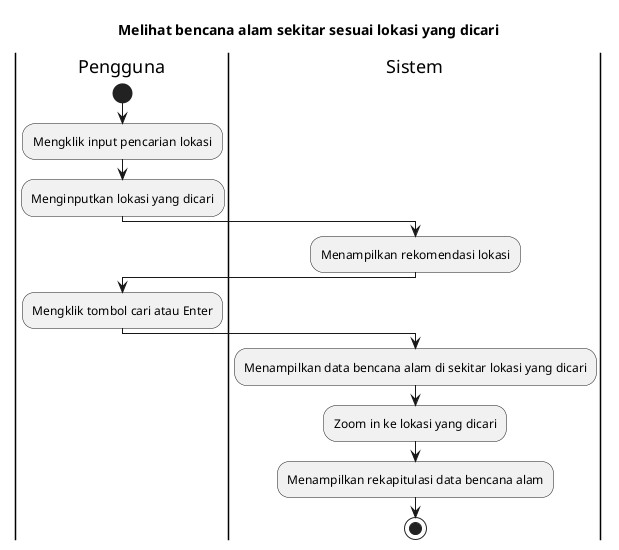
Before: export/Activity Diagrams/UC-MAP - Peta Bencana/UC-MAP-002 - Melihat bencana alam sekitar sesuai lokasi yang dicari.png, a diagram exported from PlantUML (bagusNA/appl-diagrams). The source it was exported from:
```plantuml
@startuml
title Melihat bencana alam sekitar sesuai lokasi yang dicari

|Pengguna|
start
:Mengklik input pencarian lokasi;
:Menginputkan lokasi yang dicari;

|Sistem|
:Menampilkan rekomendasi lokasi;

|Pengguna|
:Mengklik tombol cari atau Enter;

|Sistem|
:Menampilkan data bencana alam di sekitar lokasi yang dicari;
:Zoom in ke lokasi yang dicari;
:Menampilkan rekapitulasi data bencana alam;

stop
@enduml
```
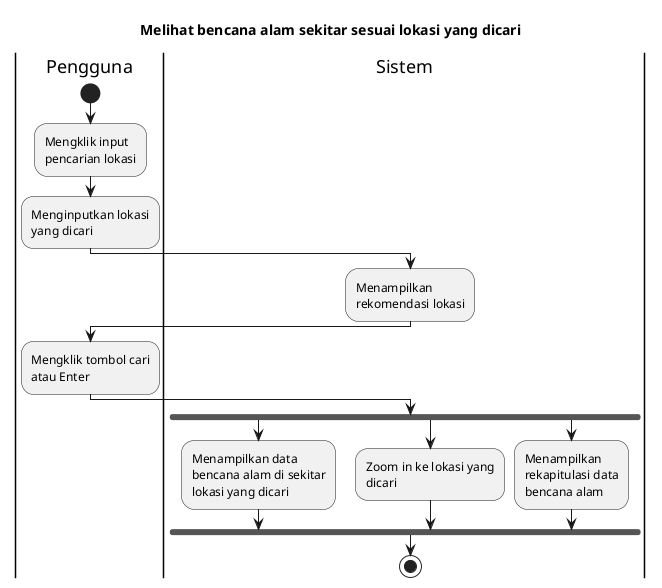
Later version of the same file.

Change to the diagram source:
```diff
@@ -1,4 +1,6 @@
 @startuml
+skinparam wrapWidth 140
+
 title Melihat bencana alam sekitar sesuai lokasi yang dicari
 
 |Pengguna|
@@ -13,9 +15,13 @@
 :Mengklik tombol cari atau Enter;
 
 |Sistem|
-:Menampilkan data bencana alam di sekitar lokasi yang dicari;
-:Zoom in ke lokasi yang dicari;
-:Menampilkan rekapitulasi data bencana alam;
+  fork
+    :Menampilkan data bencana alam di sekitar lokasi yang dicari;
+  fork again
+    :Zoom in ke lokasi yang dicari;
+  fork again
+    :Menampilkan rekapitulasi data bencana alam;
+  endfork
 
 stop
 @enduml
```
